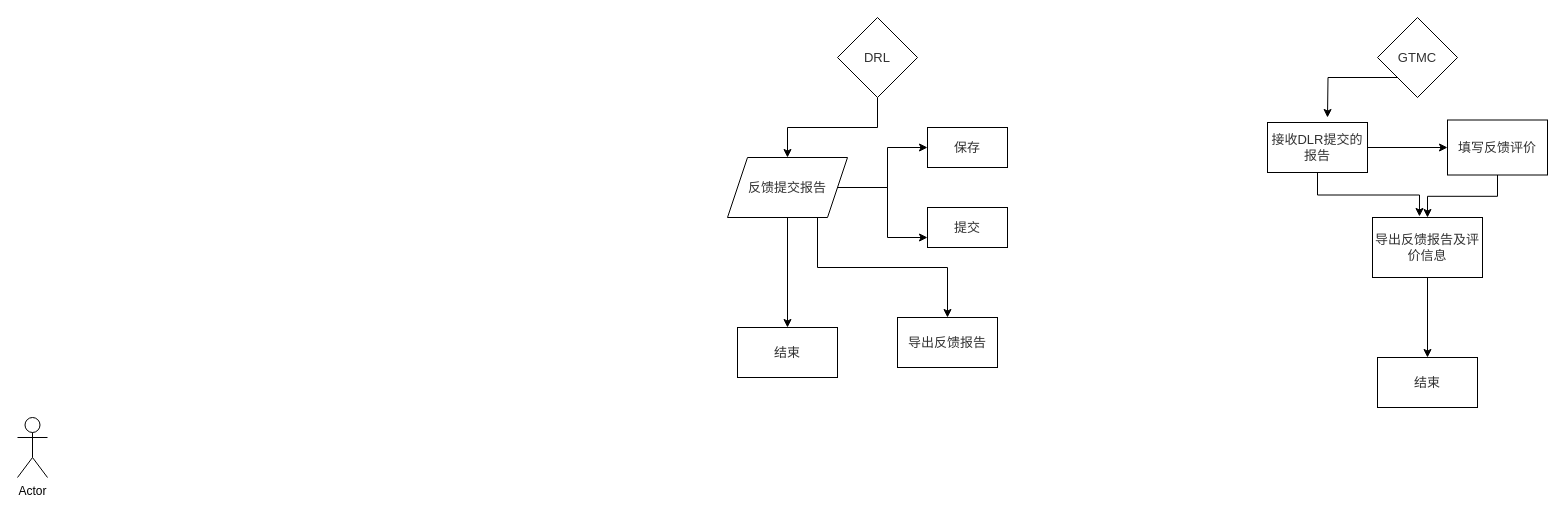
The draw.io diagram Untitled Diagram.drawio in ljl778/DMS1, before the edit. Source tidied: cells renumbered, new cells numbered last; positions are measured from the earlier drawing's top-left corner, leaving out a move shared by most shapes. Both pictures are drawn from the tidied source at 100%, with x=0, y=0 at pixel (17, 17).
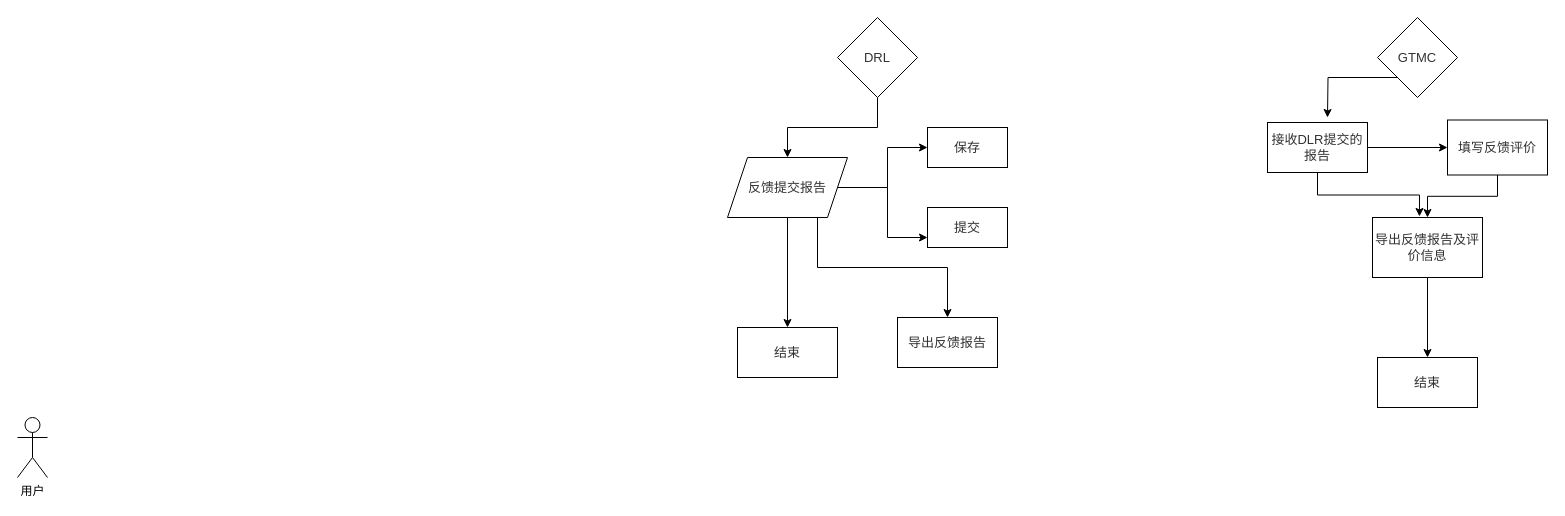
After the change.

Diff of the diagram source:
```diff
@@
-    <mxCell id="23" value="Actor" style="shape=umlActor;verticalLabelPosition=bottom;verticalAlign=top;html=1;" parent="1" vertex="1">
+    <mxCell id="23" value="用户" style="shape=umlActor;verticalLabelPosition=bottom;verticalAlign=top;html=1;" parent="1" vertex="1">
       <mxGeometry y="400" width="30" height="60" as="geometry" />
     </mxCell>
```
